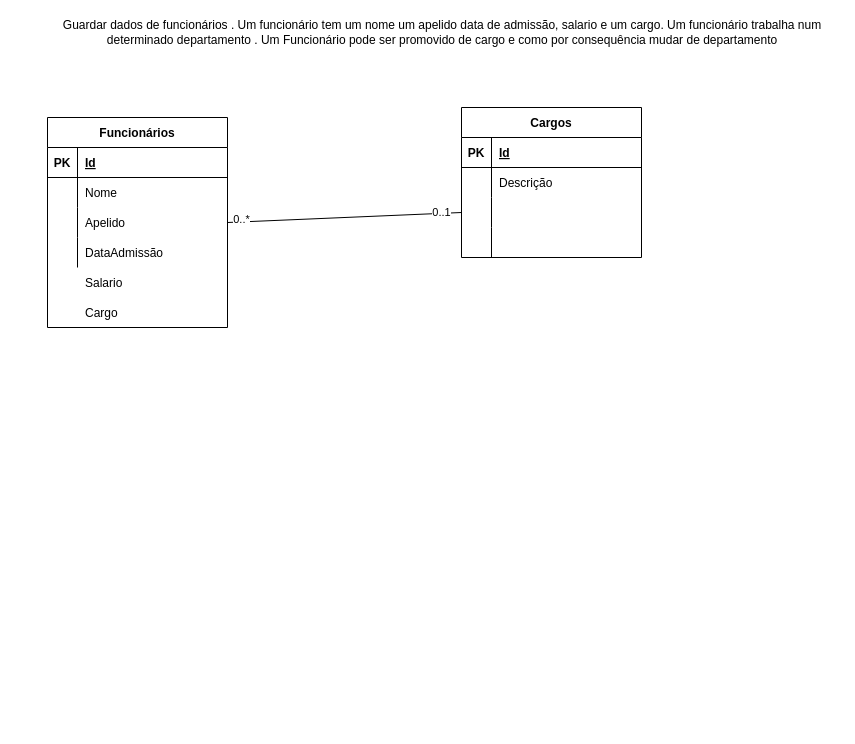
kanelastt/bd- keeps this draw.io diagram as Diagrama sem nome.drawio. Above is the earlier version. Source tidied: cells renumbered, new cells numbered last; positions are measured from the earlier drawing's top-left corner, leaving out a move shared by most shapes. Both pictures are drawn from the tidied source at 100%, with x=0, y=0 at pixel (47, 17).
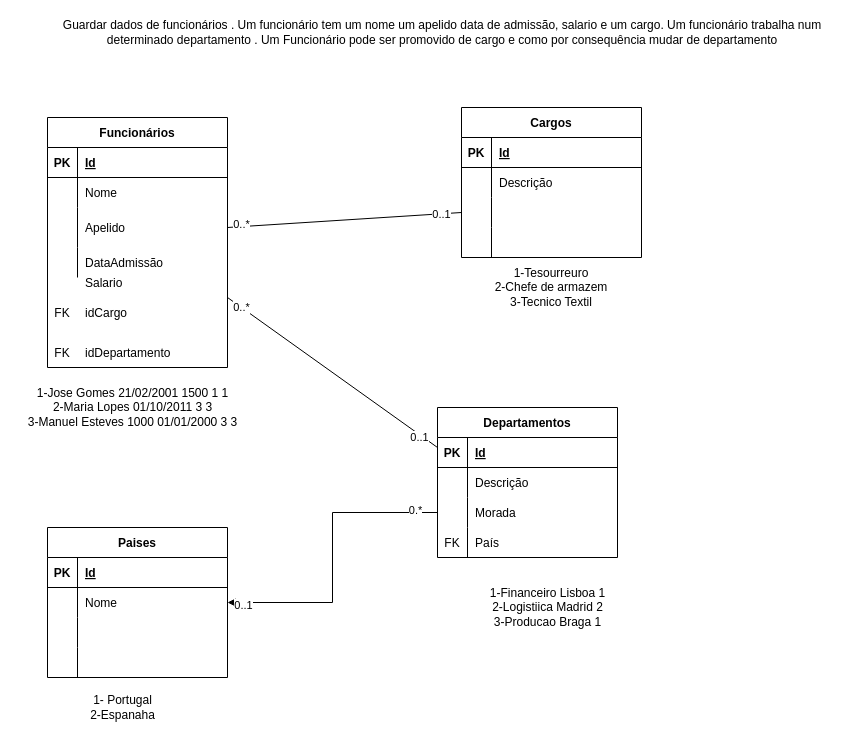
Above is the later version.

What changed in the source:
```diff
@@
     <mxCell id="3" value="Funcionários" style="shape=table;startSize=30;childLayout=tableLayout;rowLines=0;fontStyle=1;align=center;" parent="1" vertex="1">
-      <mxGeometry y="100" width="180" height="210" as="geometry" />
+      <mxGeometry y="100" width="180" height="250" as="geometry" />
     </mxCell>
@@
     <mxCell id="10" style="shape=tableRow;horizontal=0;startSize=0;swimlaneHead=0;swimlaneBody=0;fillColor=none;points=[[0,0.5],[1,0.5]];portConstraint=eastwest;top=0;left=0;right=0;bottom=0;" parent="3" vertex="1">
-      <mxGeometry y="90" width="180" height="30" as="geometry" />
+      <mxGeometry y="90" width="180" height="40" as="geometry" />
     </mxCell>
     <mxCell id="11" style="shape=partialRectangle;fillColor=none;top=0;left=0;bottom=0;right=0;overflow=hidden;" parent="10" vertex="1">
-      <mxGeometry width="30" height="30" as="geometry" />
+      <mxGeometry width="30" height="40" as="geometry" />
     </mxCell>
     <mxCell id="12" value="Apelido" style="shape=partialRectangle;fillColor=none;top=0;left=0;bottom=0;right=0;align=left;spacingLeft=6;overflow=hidden;" parent="10" vertex="1">
-      <mxGeometry x="30" width="150" height="30" as="geometry" />
+      <mxGeometry x="30" width="150" height="40" as="geometry" />
     </mxCell>
     <mxCell id="13" style="shape=tableRow;horizontal=0;startSize=0;swimlaneHead=0;swimlaneBody=0;fillColor=none;top=0;left=0;right=0;bottom=0;" parent="3" vertex="1">
-      <mxGeometry y="120" width="180" height="30" as="geometry" />
+      <mxGeometry y="130" width="180" height="30" as="geometry" />
     </mxCell>
@@
-    <mxCell id="17" value="Cargo" style="shape=partialRectangle;fillColor=none;top=0;left=0;bottom=0;right=0;align=left;spacingLeft=6;overflow=hidden;" parent="1" vertex="1">
+    <mxCell id="17" value="idCargo" style="shape=partialRectangle;fillColor=none;top=0;left=0;bottom=0;right=0;align=left;spacingLeft=6;overflow=hidden;" parent="1" vertex="1">
       <mxGeometry x="30" y="280" width="150" height="30" as="geometry" />
     </mxCell>
@@
+    <mxCell id="34" value="1-Tesourreuro&lt;br&gt;2-Chefe de armazem&lt;br&gt;3-Tecnico Textil" style="text;html=1;strokeColor=none;fillColor=none;align=center;verticalAlign=middle;whiteSpace=wrap;rounded=0;" parent="1" vertex="1">
+      <mxGeometry x="429" y="240" width="150" height="60" as="geometry" />
+    </mxCell>
+    <mxCell id="35" value="1-Jose Gomes 21/02/2001 1500 1 1&lt;br&gt;2-Maria Lopes 01/10/2011 3 3&lt;br&gt;3-Manuel Esteves 1000 01/01/2000 3 3" style="text;html=1;align=center;verticalAlign=middle;strokeColor=none;fillColor=none;" parent="1" vertex="1">
+      <mxGeometry x="-30" y="360" width="230" height="60" as="geometry" />
+    </mxCell>
+    <mxCell id="36" value="FK" style="shape=partialRectangle;fillColor=none;top=0;left=0;bottom=0;right=0;overflow=hidden;" parent="1" vertex="1">
+      <mxGeometry y="280" width="30" height="30" as="geometry" />
+    </mxCell>
+    <mxCell id="37" value="Departamentos" style="shape=table;startSize=30;childLayout=tableLayout;rowLines=0;fontStyle=1;align=center;" parent="1" vertex="1">
+      <mxGeometry x="390" y="390" width="180" height="150" as="geometry" />
+    </mxCell>
+    <mxCell id="38" style="shape=tableRow;horizontal=0;startSize=0;swimlaneHead=0;swimlaneBody=0;fillColor=none;top=0;left=0;right=0;bottom=1;" parent="37" vertex="1">
+      <mxGeometry y="30" width="180" height="30" as="geometry" />
+    </mxCell>
+    <mxCell id="39" value="PK" style="shape=partialRectangle;fillColor=none;top=0;left=0;bottom=0;right=0;fontStyle=1;overflow=hidden;" parent="38" vertex="1">
+      <mxGeometry width="30" height="30" as="geometry" />
+    </mxCell>
+    <mxCell id="40" value="Id" style="shape=partialRectangle;fillColor=none;top=0;left=0;bottom=0;right=0;align=left;spacingLeft=6;fontStyle=5;overflow=hidden;" parent="38" vertex="1">
+      <mxGeometry x="30" width="150" height="30" as="geometry" />
+    </mxCell>
+    <mxCell id="41" style="shape=tableRow;horizontal=0;startSize=0;swimlaneHead=0;swimlaneBody=0;fillColor=none;top=0;left=0;right=0;bottom=0;" parent="37" vertex="1">
+      <mxGeometry y="60" width="180" height="30" as="geometry" />
+    </mxCell>
+    <mxCell id="42" style="shape=partialRectangle;fillColor=none;top=0;left=0;bottom=0;right=0;overflow=hidden;" parent="41" vertex="1">
+      <mxGeometry width="30" height="30" as="geometry" />
+    </mxCell>
+    <mxCell id="43" value="Descrição" style="shape=partialRectangle;fillColor=none;top=0;left=0;bottom=0;right=0;align=left;spacingLeft=6;overflow=hidden;" parent="41" vertex="1">
+      <mxGeometry x="30" width="150" height="30" as="geometry" />
+    </mxCell>
+    <mxCell id="44" style="shape=tableRow;horizontal=0;startSize=0;swimlaneHead=0;swimlaneBody=0;fillColor=none;points=[[0,0.5],[1,0.5]];portConstraint=eastwest;top=0;left=0;right=0;bottom=0;" parent="37" vertex="1">
+      <mxGeometry y="90" width="180" height="30" as="geometry" />
+    </mxCell>
+    <mxCell id="45" style="shape=partialRectangle;fillColor=none;top=0;left=0;bottom=0;right=0;overflow=hidden;" parent="44" vertex="1">
+      <mxGeometry width="30" height="30" as="geometry" />
+    </mxCell>
+    <mxCell id="46" value="Morada" style="shape=partialRectangle;fillColor=none;top=0;left=0;bottom=0;right=0;align=left;spacingLeft=6;overflow=hidden;" parent="44" vertex="1">
+      <mxGeometry x="30" width="150" height="30" as="geometry" />
+    </mxCell>
+    <mxCell id="47" style="shape=tableRow;horizontal=0;startSize=0;swimlaneHead=0;swimlaneBody=0;fillColor=none;top=0;left=0;right=0;bottom=0;" parent="37" vertex="1">
+      <mxGeometry y="120" width="180" height="30" as="geometry" />
+    </mxCell>
+    <mxCell id="48" value="FK" style="shape=partialRectangle;fillColor=none;top=0;left=0;bottom=0;right=0;overflow=hidden;" parent="47" vertex="1">
+      <mxGeometry width="30" height="30" as="geometry" />
+    </mxCell>
+    <mxCell id="49" value="País" style="shape=partialRectangle;fillColor=none;top=0;left=0;bottom=0;right=0;align=left;spacingLeft=6;overflow=hidden;" parent="47" vertex="1">
+      <mxGeometry x="30" width="150" height="30" as="geometry" />
+    </mxCell>
+    <mxCell id="50" style="endArrow=none;html=1;rounded=0;" parent="1" edge="1">
+      <mxGeometry relative="1" as="geometry">
+        <mxPoint x="390" y="430" as="sourcePoint" />
+        <mxPoint x="180" y="280" as="targetPoint" />
+      </mxGeometry>
+    </mxCell>
+    <mxCell id="51" value="0..*" style="edgeLabel;html=1;align=center;verticalAlign=middle;" parent="50" vertex="1">
+      <mxGeometry x="0.87" relative="1" as="geometry" />
+    </mxCell>
+    <mxCell id="52" value="0..1" style="edgeLabel;html=1;align=center;verticalAlign=middle;" parent="50" vertex="1">
+      <mxGeometry x="-0.84" y="2" relative="1" as="geometry" />
+    </mxCell>
+    <mxCell id="53" value="1-Financeiro Lisboa 1&lt;br&gt;2-Logistiica Madrid 2&lt;br&gt;3-Producao Braga 1" style="text;html=1;align=center;verticalAlign=middle;strokeColor=none;fillColor=none;" parent="1" vertex="1">
+      <mxGeometry x="430" y="560" width="140" height="60" as="geometry" />
+    </mxCell>
+    <mxCell id="54" value="FK" style="shape=partialRectangle;fillColor=none;top=0;left=0;bottom=0;right=0;overflow=hidden;" parent="1" vertex="1">
+      <mxGeometry y="320" width="30" height="30" as="geometry" />
+    </mxCell>
+    <mxCell id="55" value="idDepartamento" style="shape=partialRectangle;fillColor=none;top=0;left=0;bottom=0;right=0;align=left;spacingLeft=6;overflow=hidden;" parent="1" vertex="1">
+      <mxGeometry x="30" y="320" width="150" height="30" as="geometry" />
+    </mxCell>
+    <mxCell id="56" value="Paises" style="shape=table;startSize=30;childLayout=tableLayout;rowLines=0;fontStyle=1;align=center;" parent="1" vertex="1">
+      <mxGeometry y="510" width="180" height="150" as="geometry" />
+    </mxCell>
+    <mxCell id="57" style="shape=tableRow;horizontal=0;startSize=0;swimlaneHead=0;swimlaneBody=0;fillColor=none;top=0;left=0;right=0;bottom=1;" parent="56" vertex="1">
+      <mxGeometry y="30" width="180" height="30" as="geometry" />
+    </mxCell>
+    <mxCell id="58" value="PK" style="shape=partialRectangle;fillColor=none;top=0;left=0;bottom=0;right=0;fontStyle=1;overflow=hidden;" parent="57" vertex="1">
+      <mxGeometry width="30" height="30" as="geometry" />
+    </mxCell>
+    <mxCell id="59" value="Id" style="shape=partialRectangle;fillColor=none;top=0;left=0;bottom=0;right=0;align=left;spacingLeft=6;fontStyle=5;overflow=hidden;" parent="57" vertex="1">
+      <mxGeometry x="30" width="150" height="30" as="geometry" />
+    </mxCell>
+    <mxCell id="60" style="shape=tableRow;horizontal=0;startSize=0;swimlaneHead=0;swimlaneBody=0;fillColor=none;points=[[0,0.5],[1,0.5]];portConstraint=eastwest;top=0;left=0;right=0;bottom=0;" parent="56" vertex="1">
+      <mxGeometry y="60" width="180" height="30" as="geometry" />
+    </mxCell>
+    <mxCell id="61" style="shape=partialRectangle;fillColor=none;top=0;left=0;bottom=0;right=0;overflow=hidden;" parent="60" vertex="1">
+      <mxGeometry width="30" height="30" as="geometry" />
+    </mxCell>
+    <mxCell id="62" value="Nome" style="shape=partialRectangle;fillColor=none;top=0;left=0;bottom=0;right=0;align=left;spacingLeft=6;overflow=hidden;" parent="60" vertex="1">
+      <mxGeometry x="30" width="150" height="30" as="geometry" />
+    </mxCell>
+    <mxCell id="63" style="shape=tableRow;horizontal=0;startSize=0;swimlaneHead=0;swimlaneBody=0;fillColor=none;top=0;left=0;right=0;bottom=0;" parent="56" vertex="1">
+      <mxGeometry y="90" width="180" height="30" as="geometry" />
+    </mxCell>
+    <mxCell id="64" style="shape=partialRectangle;fillColor=none;top=0;left=0;bottom=0;right=0;overflow=hidden;" parent="63" vertex="1">
+      <mxGeometry width="30" height="30" as="geometry" />
+    </mxCell>
+    <mxCell id="65" style="shape=partialRectangle;fillColor=none;top=0;left=0;bottom=0;right=0;align=left;spacingLeft=6;overflow=hidden;" parent="63" vertex="1">
+      <mxGeometry x="30" width="150" height="30" as="geometry" />
+    </mxCell>
+    <mxCell id="66" style="shape=tableRow;horizontal=0;startSize=0;swimlaneHead=0;swimlaneBody=0;fillColor=none;top=0;left=0;right=0;bottom=0;" parent="56" vertex="1">
+      <mxGeometry y="120" width="180" height="30" as="geometry" />
+    </mxCell>
+    <mxCell id="67" style="shape=partialRectangle;fillColor=none;top=0;left=0;bottom=0;right=0;overflow=hidden;" parent="66" vertex="1">
+      <mxGeometry width="30" height="30" as="geometry" />
+    </mxCell>
+    <mxCell id="68" style="shape=partialRectangle;fillColor=none;top=0;left=0;bottom=0;right=0;align=left;spacingLeft=6;overflow=hidden;" parent="66" vertex="1">
+      <mxGeometry x="30" width="150" height="30" as="geometry" />
+    </mxCell>
+    <mxCell id="69" style="edgeStyle=orthogonalEdgeStyle;rounded=0;jettySize=auto;html=1;exitX=0;exitY=0.5;exitDx=0;exitDy=0;entryX=1;entryY=0.5;entryDx=0;entryDy=0;" parent="1" edge="1" source="44" target="60">
+      <mxGeometry relative="1" as="geometry" />
+    </mxCell>
+    <mxCell id="70" value="0.*" style="edgeLabel;html=1;align=center;verticalAlign=middle;" parent="69" vertex="1">
+      <mxGeometry x="-0.85" y="-3" relative="1" as="geometry" />
+    </mxCell>
+    <mxCell id="71" value="0..1" style="edgeLabel;html=1;align=center;verticalAlign=middle;" parent="69" vertex="1">
+      <mxGeometry x="0.9" y="2" relative="1" as="geometry" />
+    </mxCell>
+    <mxCell id="72" value="1- Portugal&lt;br&gt;2-Espanaha" style="text;html=1;align=center;verticalAlign=middle;strokeColor=none;fillColor=none;" parent="1" vertex="1">
+      <mxGeometry x="30" y="670" width="90" height="40" as="geometry" />
+    </mxCell>
```
